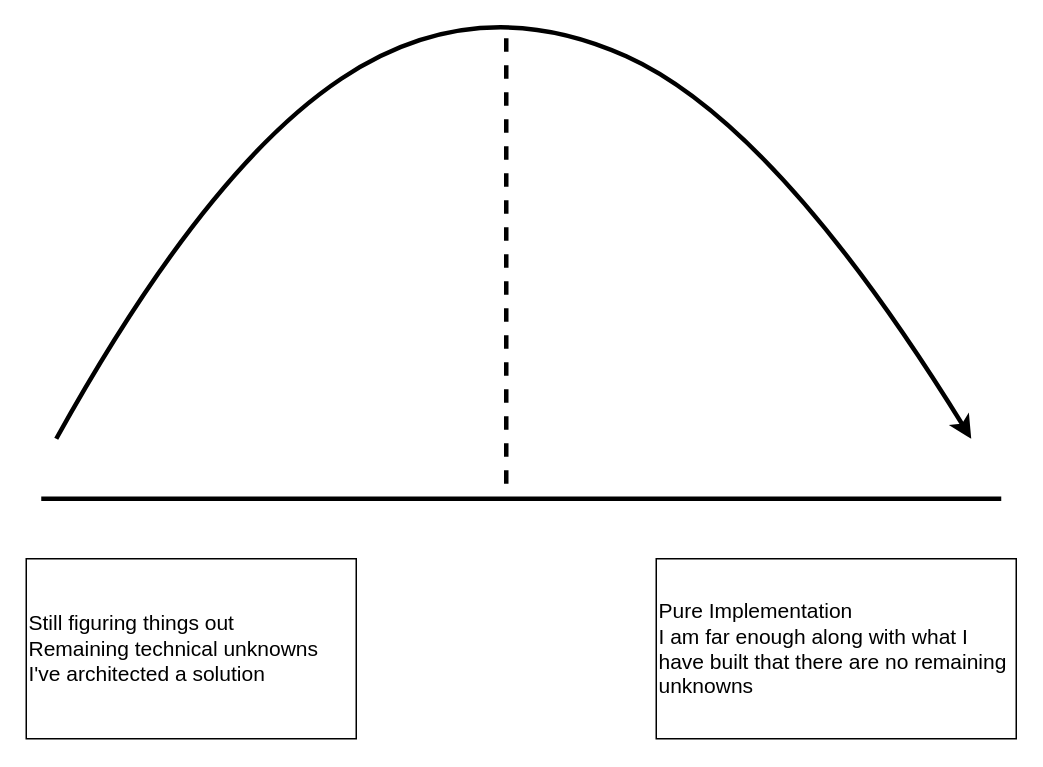
Earlier version of the draw.io diagram shape_up/project_status.drawio (rrigato/architecture). Source tidied: cells renumbered, new cells numbered last; positions are measured from the earlier drawing's top-left corner, leaving out a move shared by most shapes. Both pictures are drawn from the tidied source at 150%, with x=0, y=0 at pixel (26, -12).
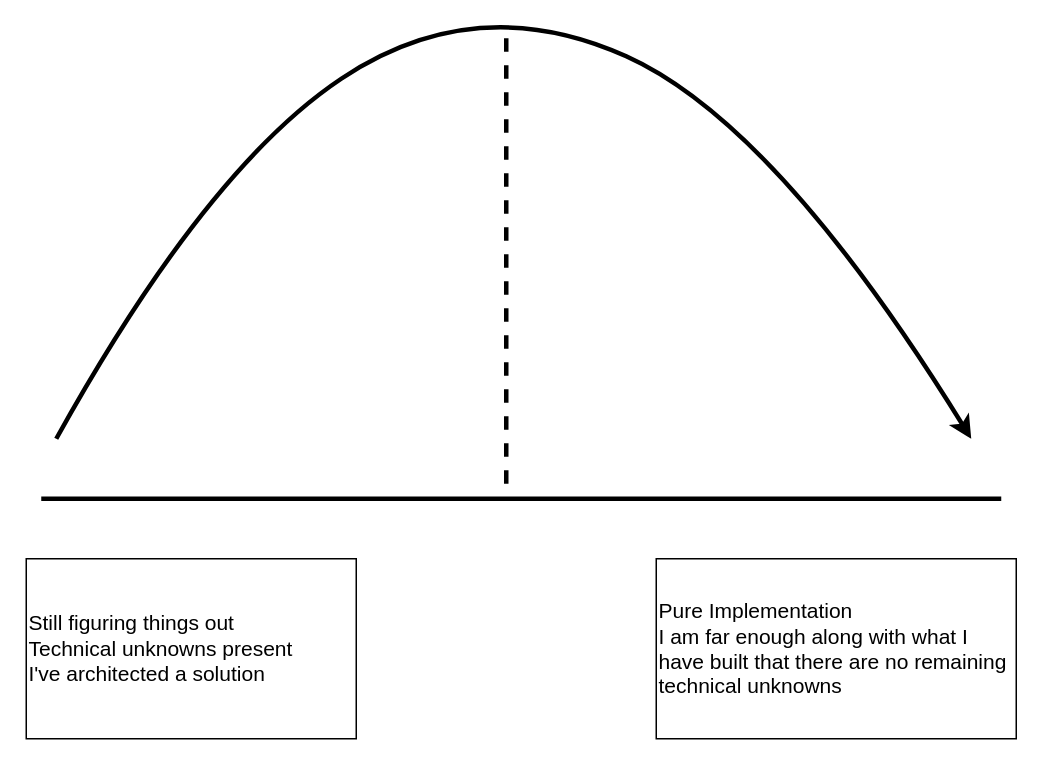
After the change.

Diff of the diagram source:
```diff
@@
 <mxGraphModel>
   <root>
     <mxCell id="0" />
     <mxCell id="1" parent="0" />
     <mxCell id="2" style="endArrow=none;html=1;strokeWidth=3;fontSize=14;" parent="1" edge="1">
       <mxGeometry relative="1" as="geometry">
         <mxPoint x="10" y="340" as="sourcePoint" />
         <mxPoint x="650" y="340" as="targetPoint" />
       </mxGeometry>
     </mxCell>
     <mxCell id="3" style="curved=1;endArrow=classic;html=1;strokeWidth=3;fontSize=14;" parent="1" edge="1">
       <mxGeometry relative="1" as="geometry">
         <mxPoint x="20" y="300" as="sourcePoint" />
         <mxPoint x="630" y="300" as="targetPoint" />
         <Array as="points">
           <mxPoint x="120" y="120" />
           <mxPoint x="300" />
           <mxPoint x="500" y="90" />
         </Array>
       </mxGeometry>
     </mxCell>
     <mxCell id="4" style="endArrow=none;dashed=1;html=1;strokeWidth=3;fontSize=14;" parent="1" edge="1">
       <mxGeometry relative="1" as="geometry">
         <mxPoint x="320" y="330" as="sourcePoint" />
         <mxPoint x="320" y="30" as="targetPoint" />
       </mxGeometry>
     </mxCell>
-    <mxCell id="5" value="Still figuring things out&amp;nbsp;&lt;br&gt;Remaining technical unknowns&lt;br style=&quot;font-size: 14px&quot;&gt;I've architected a solution" style="rounded=0;whiteSpace=wrap;html=1;align=left;fontSize=14;" parent="1" vertex="1">
+    <mxCell id="5" value="Still figuring things out&amp;nbsp;&lt;br&gt;Technical unknowns present&lt;br style=&quot;font-size: 14px&quot;&gt;I've architected a solution" style="rounded=0;whiteSpace=wrap;html=1;align=left;fontSize=14;" parent="1" vertex="1">
       <mxGeometry y="380" width="220" height="120" as="geometry" />
     </mxCell>
-    <mxCell id="6" value="Pure Implementation&lt;br&gt;I am far enough along with what I have built that there are no remaining unknowns" style="rounded=0;whiteSpace=wrap;html=1;align=left;fontSize=14;" parent="1" vertex="1">
+    <mxCell id="6" value="Pure Implementation&lt;br&gt;I am far enough along with what I have built that there are no remaining technical unknowns" style="rounded=0;whiteSpace=wrap;html=1;align=left;fontSize=14;" parent="1" vertex="1">
       <mxGeometry x="420" y="380" width="240" height="120" as="geometry" />
     </mxCell>
   </root>
 </mxGraphModel>
```
